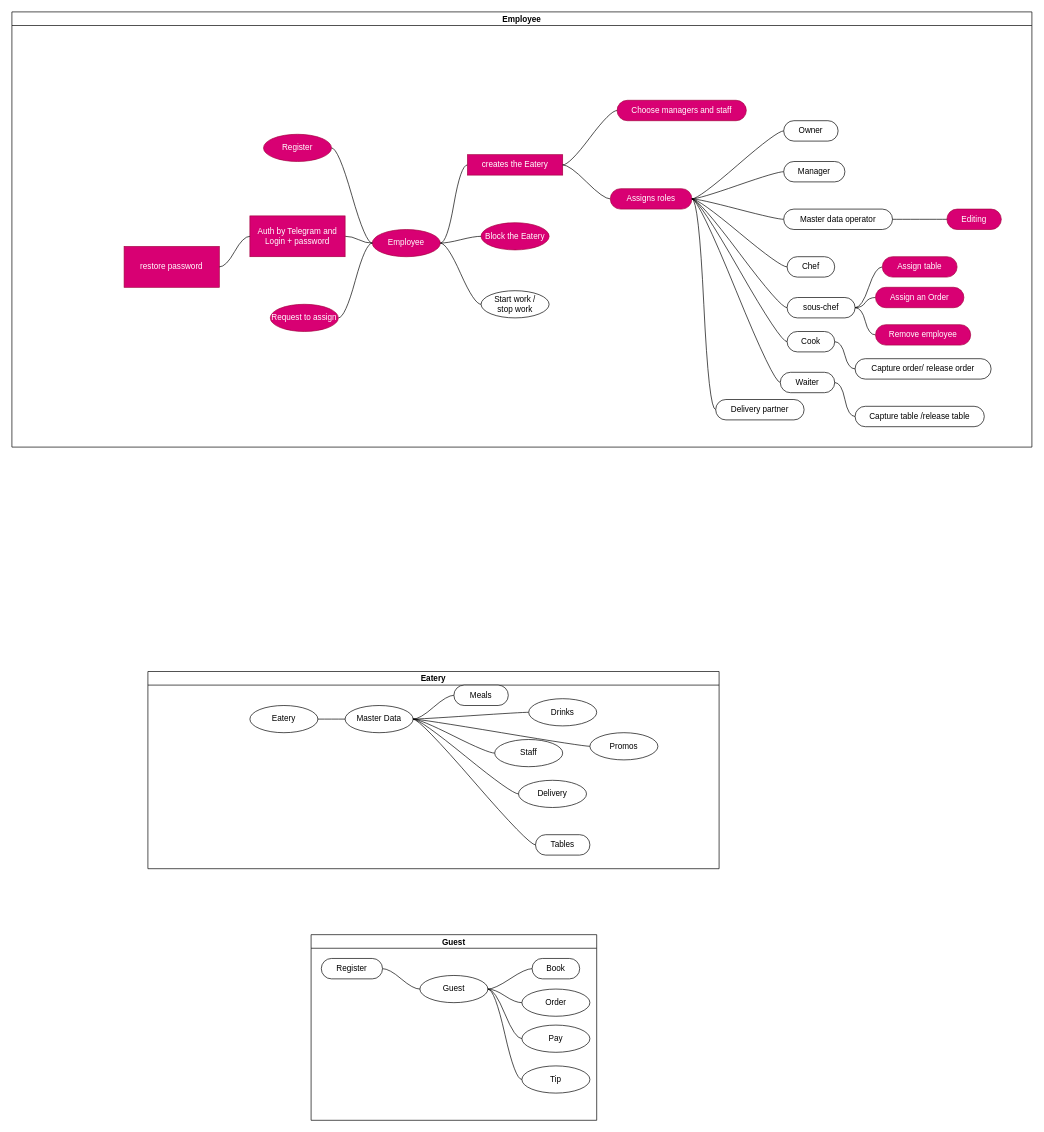
Above: api/docs/overview.drawio in kmvpvl/coodfort (draw.io), before the change. Source tidied: cells renumbered, new cells numbered last; positions are measured from the earlier drawing's top-left corner, leaving out a move shared by most shapes. Both pictures are drawn from the tidied source at 68%, with x=0, y=0 at pixel (12, 12).
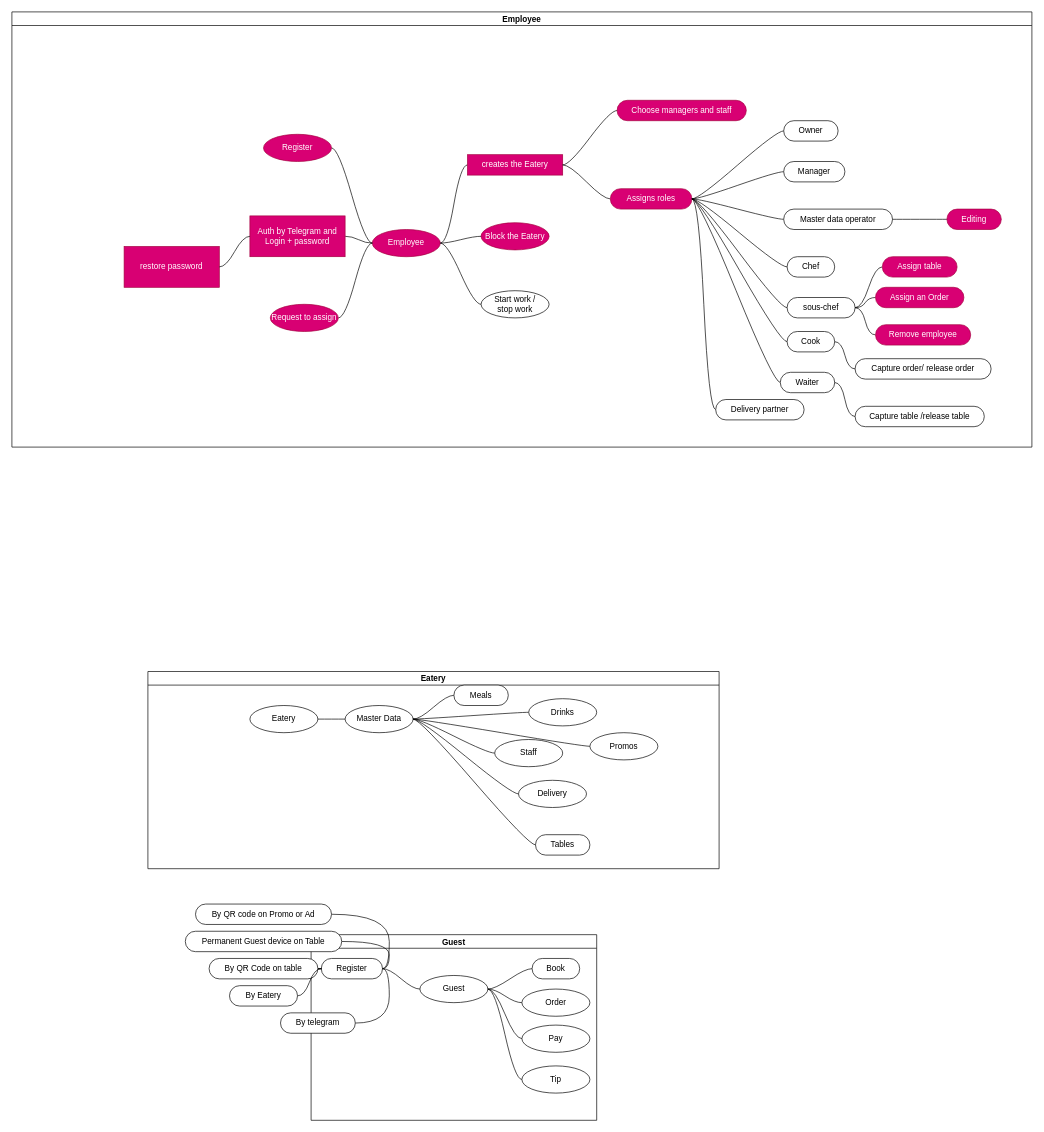
The same page after the edit.

Commit message (it also covers changes not shown here):
prepare to eatery owner shortest way

The change refers to these unchanged cells:
```xml
<mxCell id="66" value="Guest" style="swimlane;startSize=20;horizontal=1;containerType=tree;" parent="1" vertex="1">
  <mxGeometry x="440" y="1357" width="420" height="273" as="geometry" />
</mxCell>
<mxCell id="71" value="Register" style="whiteSpace=wrap;html=1;rounded=1;arcSize=50;align=center;verticalAlign=middle;strokeWidth=1;spacing=4;newEdgeStyle={&quot;edgeStyle&quot;:&quot;entityRelationEdgeStyle&quot;,&quot;startArrow&quot;:&quot;none&quot;,&quot;endArrow&quot;:&quot;none&quot;,&quot;segment&quot;:10,&quot;curved&quot;:1,&quot;sourcePerimeterSpacing&quot;:0,&quot;targetPerimeterSpacing&quot;:0};" parent="66" vertex="1">
  <mxGeometry x="15" y="35" width="90" height="30" as="geometry" />
</mxCell>
```

The edit, as a diff of the source:
```diff
@@
+    <mxCell id="78" style="edgeStyle=entityRelationEdgeStyle;startArrow=none;endArrow=none;segment=10;curved=1;sourcePerimeterSpacing=0;targetPerimeterSpacing=0;" parent="66" edge="1" source="71" target="79">
+      <mxGeometry relative="1" as="geometry" />
+    </mxCell>
+    <mxCell id="79" value="By QR Code on table" style="whiteSpace=wrap;html=1;rounded=1;arcSize=50;align=center;verticalAlign=middle;strokeWidth=1;spacing=4;newEdgeStyle={&quot;edgeStyle&quot;:&quot;entityRelationEdgeStyle&quot;,&quot;startArrow&quot;:&quot;none&quot;,&quot;endArrow&quot;:&quot;none&quot;,&quot;segment&quot;:10,&quot;curved&quot;:1,&quot;sourcePerimeterSpacing&quot;:0,&quot;targetPerimeterSpacing&quot;:0};" parent="66" vertex="1">
+      <mxGeometry x="-150" y="35" width="160" height="30" as="geometry" />
+    </mxCell>
+    <mxCell id="80" style="edgeStyle=entityRelationEdgeStyle;startArrow=none;endArrow=none;segment=10;curved=1;sourcePerimeterSpacing=0;targetPerimeterSpacing=0;" parent="66" edge="1" source="71" target="81">
+      <mxGeometry relative="1" as="geometry" />
+    </mxCell>
+    <mxCell id="81" value="By telegram" style="whiteSpace=wrap;html=1;rounded=1;arcSize=50;align=center;verticalAlign=middle;strokeWidth=1;spacing=4;newEdgeStyle={&quot;edgeStyle&quot;:&quot;entityRelationEdgeStyle&quot;,&quot;startArrow&quot;:&quot;none&quot;,&quot;endArrow&quot;:&quot;none&quot;,&quot;segment&quot;:10,&quot;curved&quot;:1,&quot;sourcePerimeterSpacing&quot;:0,&quot;targetPerimeterSpacing&quot;:0};" parent="66" vertex="1">
+      <mxGeometry x="-45" y="115" width="110" height="30" as="geometry" />
+    </mxCell>
+    <mxCell id="82" style="edgeStyle=entityRelationEdgeStyle;startArrow=none;endArrow=none;segment=10;curved=1;sourcePerimeterSpacing=0;targetPerimeterSpacing=0;" parent="66" edge="1" source="71" target="83">
+      <mxGeometry relative="1" as="geometry" />
+    </mxCell>
+    <mxCell id="83" value="By Eatery" style="whiteSpace=wrap;html=1;rounded=1;arcSize=50;align=center;verticalAlign=middle;strokeWidth=1;spacing=4;newEdgeStyle={&quot;edgeStyle&quot;:&quot;entityRelationEdgeStyle&quot;,&quot;startArrow&quot;:&quot;none&quot;,&quot;endArrow&quot;:&quot;none&quot;,&quot;segment&quot;:10,&quot;curved&quot;:1,&quot;sourcePerimeterSpacing&quot;:0,&quot;targetPerimeterSpacing&quot;:0};" parent="66" vertex="1">
+      <mxGeometry x="-120" y="75" width="100" height="30" as="geometry" />
+    </mxCell>
+    <mxCell id="84" style="edgeStyle=entityRelationEdgeStyle;startArrow=none;endArrow=none;segment=10;curved=1;sourcePerimeterSpacing=0;targetPerimeterSpacing=0;" parent="66" edge="1" source="71" target="85">
+      <mxGeometry relative="1" as="geometry" />
+    </mxCell>
+    <mxCell id="85" value="Permanent Guest device on Table" style="whiteSpace=wrap;html=1;rounded=1;arcSize=50;align=center;verticalAlign=middle;strokeWidth=1;spacing=4;newEdgeStyle={&quot;edgeStyle&quot;:&quot;entityRelationEdgeStyle&quot;,&quot;startArrow&quot;:&quot;none&quot;,&quot;endArrow&quot;:&quot;none&quot;,&quot;segment&quot;:10,&quot;curved&quot;:1,&quot;sourcePerimeterSpacing&quot;:0,&quot;targetPerimeterSpacing&quot;:0};" parent="66" vertex="1">
+      <mxGeometry x="-185" y="-5" width="230" height="30" as="geometry" />
+    </mxCell>
+    <mxCell id="86" style="edgeStyle=entityRelationEdgeStyle;startArrow=none;endArrow=none;segment=10;curved=1;sourcePerimeterSpacing=0;targetPerimeterSpacing=0;" parent="66" edge="1" source="71" target="87">
+      <mxGeometry relative="1" as="geometry" />
+    </mxCell>
+    <mxCell id="87" value="By QR code on Promo or Ad" style="whiteSpace=wrap;html=1;rounded=1;arcSize=50;align=center;verticalAlign=middle;strokeWidth=1;spacing=4;newEdgeStyle={&quot;edgeStyle&quot;:&quot;entityRelationEdgeStyle&quot;,&quot;startArrow&quot;:&quot;none&quot;,&quot;endArrow&quot;:&quot;none&quot;,&quot;segment&quot;:10,&quot;curved&quot;:1,&quot;sourcePerimeterSpacing&quot;:0,&quot;targetPerimeterSpacing&quot;:0};" parent="66" vertex="1">
+      <mxGeometry x="-170" y="-45" width="200" height="30" as="geometry" />
+    </mxCell>
```
